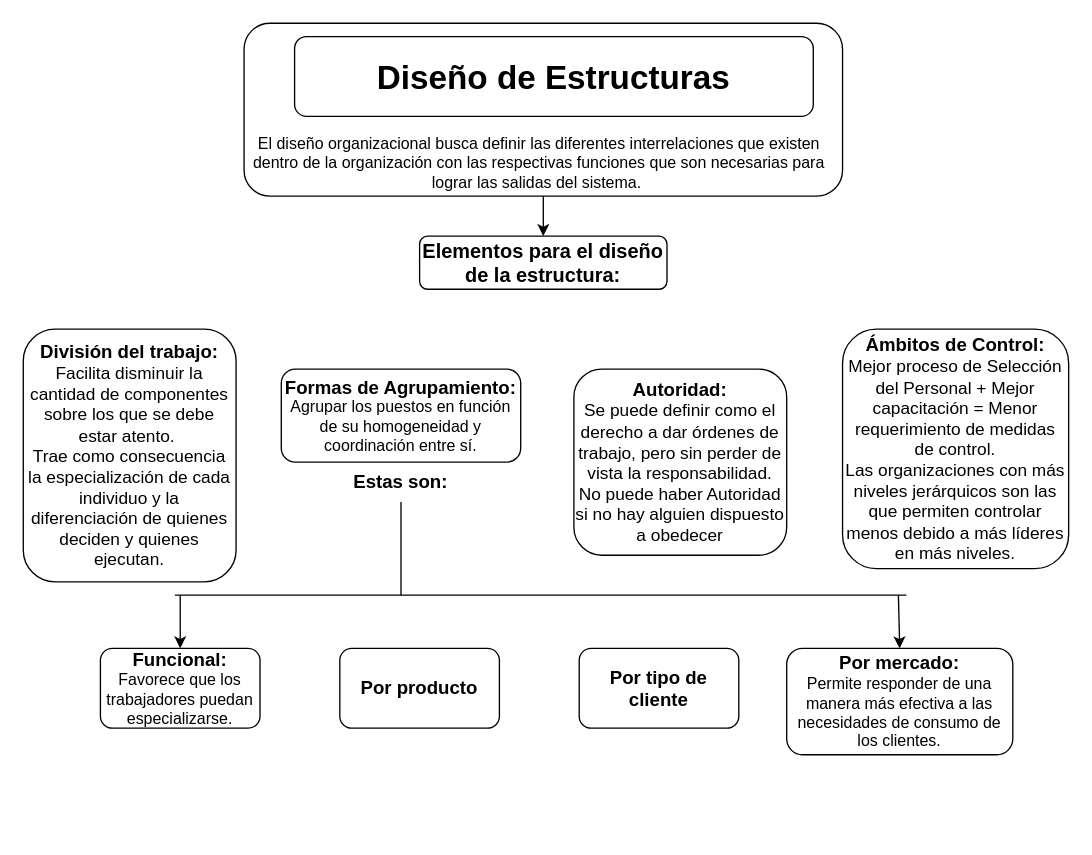
Earlier version of the draw.io diagram Primer Parcial Sistemas.drawio (PsyKloX/nextjs-course). Source tidied: cells renumbered, new cells numbered last; positions are measured from the earlier drawing's top-left corner, leaving out a move shared by most shapes. Both pictures are drawn from the tidied source at 133%, with x=0, y=0 at pixel (23, 23).
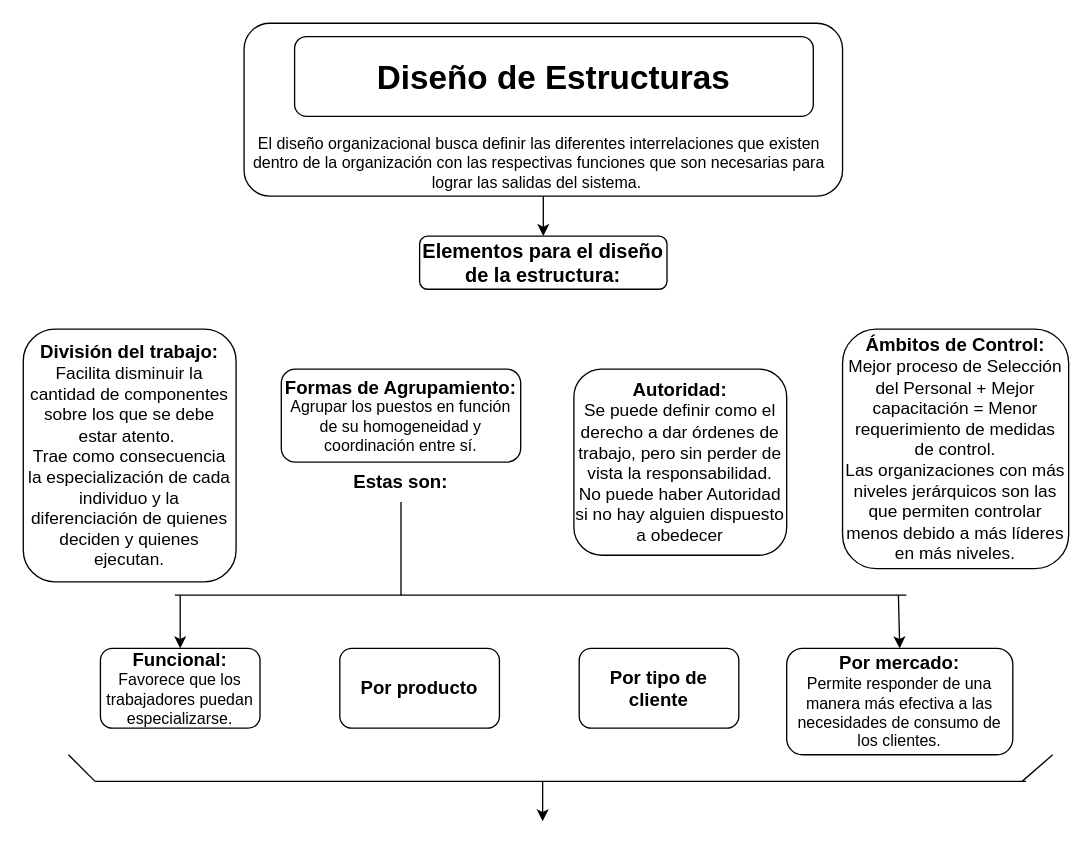
The same diagram, later.

The edit, as a diff of the source:
```diff
@@
+    <mxCell id="20" style="endArrow=none;html=1;rounded=0;" parent="1" edge="1">
+      <mxGeometry relative="1" as="geometry">
+        <mxPoint x="54" y="570" as="sourcePoint" />
+        <mxPoint x="754" y="570" as="targetPoint" />
+      </mxGeometry>
+    </mxCell>
+    <mxCell id="21" style="endArrow=none;html=1;rounded=0;" parent="1" edge="1">
+      <mxGeometry relative="1" as="geometry">
+        <mxPoint x="751" y="570" as="sourcePoint" />
+        <mxPoint x="774" y="550" as="targetPoint" />
+      </mxGeometry>
+    </mxCell>
+    <mxCell id="22" style="endArrow=none;html=1;rounded=0;" parent="1" edge="1">
+      <mxGeometry relative="1" as="geometry">
+        <mxPoint x="34" y="550" as="sourcePoint" />
+        <mxPoint x="54" y="570" as="targetPoint" />
+      </mxGeometry>
+    </mxCell>
+    <mxCell id="23" style="endArrow=classic;html=1;rounded=0;" parent="1" edge="1">
+      <mxGeometry relative="1" as="geometry">
+        <mxPoint x="390.5" y="570" as="sourcePoint" />
+        <mxPoint x="390.5" y="600" as="targetPoint" />
+      </mxGeometry>
+    </mxCell>
```
